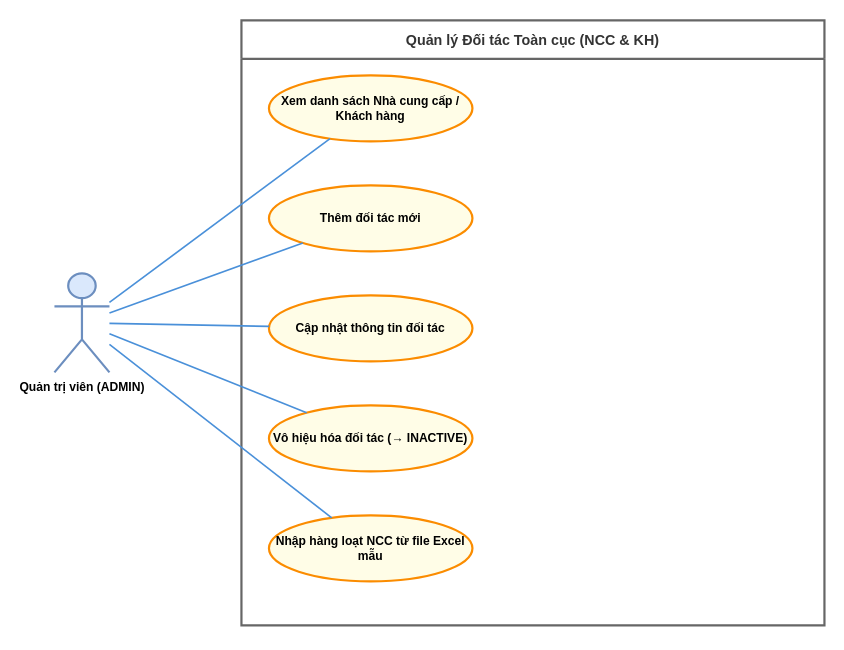
The draw.io diagram UseCase/ADMIN/13_quan_ly_doi_tac.drawio in Nghiatv2006/KhoHang, before the edit. Source tidied: cells renumbered, new cells numbered last; positions are measured from the earlier drawing's top-left corner, leaving out a move shared by most shapes. Both pictures are drawn from the tidied source at 110%, with x=0, y=0 at pixel (54, 20).
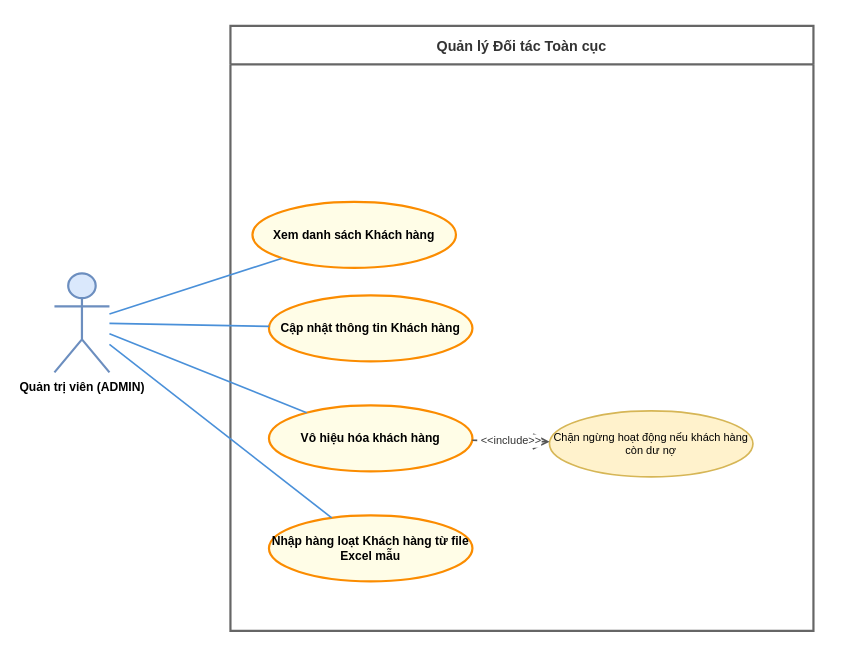
The same page after the edit.

What changed in the source:
```diff
@@
 <mxGraphModel>
   <root>
     <mxCell id="0" />
     <mxCell id="1" parent="0" />
-    <mxCell id="2" value="Quản lý Đối tác Toàn cục (NCC &amp; KH)" style="swimlane;startSize=35;whiteSpace=wrap;html=1;fontStyle=1;fontSize=13;                    fillColor=#f5f5f5;strokeColor=#666666;strokeWidth=2;fontColor=#333333;align=center;" parent="1" vertex="1">
-      <mxGeometry x="170" width="530" height="550" as="geometry" />
+    <mxCell id="2" value="Quản lý Đối tác Toàn cục" style="swimlane;startSize=35;whiteSpace=wrap;html=1;fontStyle=1;fontSize=13;                    fillColor=#f5f5f5;strokeColor=#666666;strokeWidth=2;fontColor=#333333;align=center;" parent="1" vertex="1">
+      <mxGeometry x="160" y="5" width="530" height="550" as="geometry" />
     </mxCell>
+    <mxCell id="14" value="Chặn ngừng hoạt động nếu khách hàng còn dư nợ" style="ellipse;whiteSpace=wrap;html=1;fillColor=#fff2cc;strokeColor=#d6b656;strokeWidth=1.5;fontSize=10;align=center;" parent="2" vertex="1">
+      <mxGeometry x="290" y="350" width="185" height="60" as="geometry" />
+    </mxCell>
+    <mxCell id="4" value="Xem danh sách Khách hàng" style="ellipse;whiteSpace=wrap;html=1;fillColor=#fffde7;strokeColor=#fb8c00;strokeWidth=2;fontStyle=1;fontSize=11;align=center;" parent="2" vertex="1">
+      <mxGeometry x="20" y="160" width="185" height="60" as="geometry" />
+    </mxCell>
     <mxCell id="3" value="Quản trị viên (ADMIN)" style="shape=umlActor;verticalLabelPosition=bottom;verticalAlign=top;html=1;                    outlineConnect=0;fillColor=#dae8fc;strokeColor=#6c8ebf;strokeWidth=2;                    fontColor=#1a1a1a;fontStyle=1;fontSize=11;" parent="1" vertex="1">
       <mxGeometry y="230" width="50" height="90" as="geometry" />
     </mxCell>
-    <mxCell id="4" value="Xem danh sách Nhà cung cấp / Khách hàng" style="ellipse;whiteSpace=wrap;html=1;fillColor=#fffde7;strokeColor=#fb8c00;strokeWidth=2;fontStyle=1;fontSize=11;align=center;" parent="1" vertex="1">
-      <mxGeometry x="195" y="50" width="185" height="60" as="geometry" />
-    </mxCell>
-    <mxCell id="5" value="Thêm đối tác mới" style="ellipse;whiteSpace=wrap;html=1;fillColor=#fffde7;strokeColor=#fb8c00;strokeWidth=2;fontStyle=1;fontSize=11;align=center;" parent="1" vertex="1">
-      <mxGeometry x="195" y="150" width="185" height="60" as="geometry" />
-    </mxCell>
-    <mxCell id="6" value="Cập nhật thông tin đối tác" style="ellipse;whiteSpace=wrap;html=1;fillColor=#fffde7;strokeColor=#fb8c00;strokeWidth=2;fontStyle=1;fontSize=11;align=center;" parent="1" vertex="1">
+    <mxCell id="6" value="Cập nhật thông tin Khách hàng" style="ellipse;whiteSpace=wrap;html=1;fillColor=#fffde7;strokeColor=#fb8c00;strokeWidth=2;fontStyle=1;fontSize=11;align=center;" parent="1" vertex="1">
       <mxGeometry x="195" y="250" width="185" height="60" as="geometry" />
     </mxCell>
-    <mxCell id="7" value="Vô hiệu hóa đối tác (→ INACTIVE)" style="ellipse;whiteSpace=wrap;html=1;fillColor=#fffde7;strokeColor=#fb8c00;strokeWidth=2;fontStyle=1;fontSize=11;align=center;" parent="1" vertex="1">
+    <mxCell id="7" value="Vô hiệu hóa khách hàng" style="ellipse;whiteSpace=wrap;html=1;fillColor=#fffde7;strokeColor=#fb8c00;strokeWidth=2;fontStyle=1;fontSize=11;align=center;" parent="1" vertex="1">
       <mxGeometry x="195" y="350" width="185" height="60" as="geometry" />
     </mxCell>
-    <mxCell id="8" value="Nhập hàng loạt NCC từ file Excel mẫu" style="ellipse;whiteSpace=wrap;html=1;fillColor=#fffde7;strokeColor=#fb8c00;strokeWidth=2;fontStyle=1;fontSize=11;align=center;" parent="1" vertex="1">
+    <mxCell id="8" value="Nhập hàng loạt Khách hàng từ file Excel mẫu" style="ellipse;whiteSpace=wrap;html=1;fillColor=#fffde7;strokeColor=#fb8c00;strokeWidth=2;fontStyle=1;fontSize=11;align=center;" parent="1" vertex="1">
       <mxGeometry x="195" y="450" width="185" height="60" as="geometry" />
     </mxCell>
     <mxCell id="9" style="endArrow=none;html=1;rounded=0;strokeColor=#4a90d9;strokeWidth=1.5;" parent="1" edge="1" source="3" target="4">
       <mxGeometry relative="1" as="geometry" />
     </mxCell>
-    <mxCell id="10" style="endArrow=none;html=1;rounded=0;strokeColor=#4a90d9;strokeWidth=1.5;" parent="1" edge="1" source="3" target="5">
-      <mxGeometry relative="1" as="geometry" />
-    </mxCell>
     <mxCell id="11" style="endArrow=none;html=1;rounded=0;strokeColor=#4a90d9;strokeWidth=1.5;" parent="1" edge="1" source="3" target="6">
       <mxGeometry relative="1" as="geometry" />
     </mxCell>
     <mxCell id="12" style="endArrow=none;html=1;rounded=0;strokeColor=#4a90d9;strokeWidth=1.5;" parent="1" edge="1" source="3" target="7">
       <mxGeometry relative="1" as="geometry" />
     </mxCell>
     <mxCell id="13" style="endArrow=none;html=1;rounded=0;strokeColor=#4a90d9;strokeWidth=1.5;" parent="1" edge="1" source="3" target="8">
       <mxGeometry relative="1" as="geometry" />
     </mxCell>
+    <mxCell id="15" value="&amp;lt;&amp;lt;include&amp;gt;&amp;gt;" style="endArrow=open;endSize=12;dashed=1;html=1;rounded=0;strokeColor=#555555;strokeWidth=1.5;labelBackgroundColor=#ffffff;fontColor=#333333;fontSize=10;align=center;" parent="1" edge="1" source="7" target="14">
+      <mxGeometry relative="1" as="geometry" />
+    </mxCell>
   </root>
 </mxGraphModel>
```
